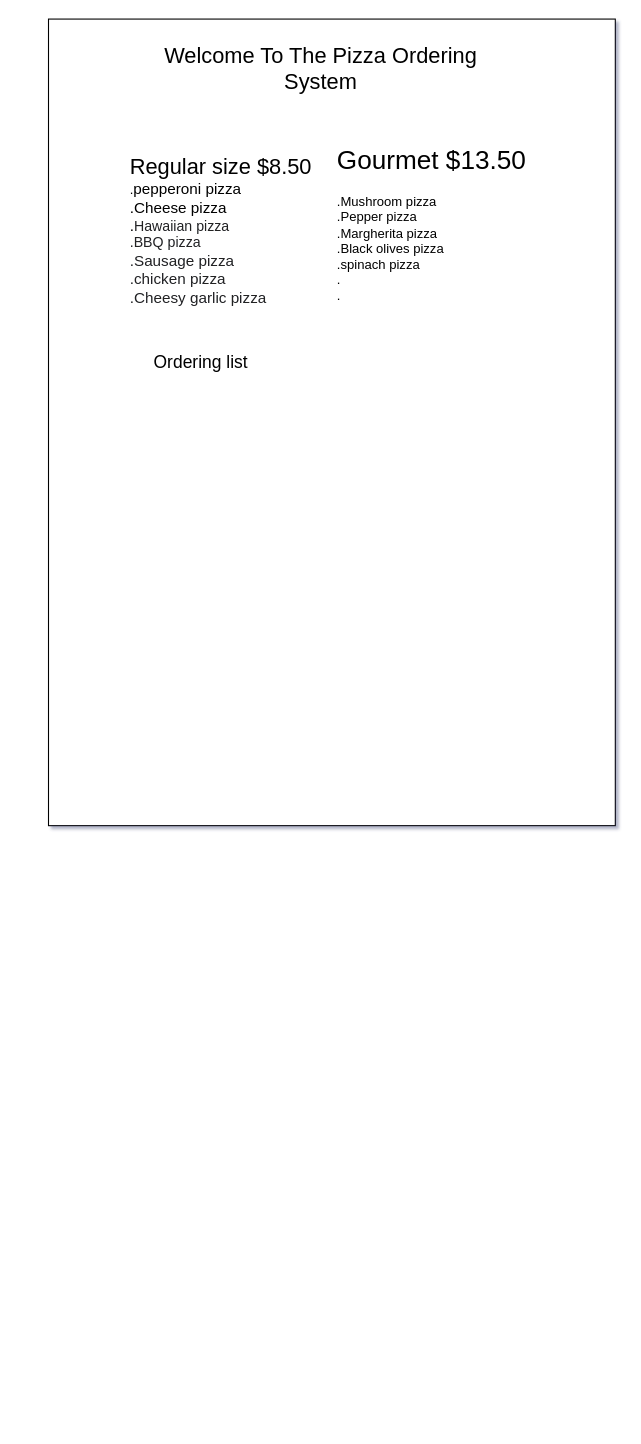
Above: Untitled Diagram.drawio in ASDAH-Digtal/pizza-program-sethmar (draw.io), before the change. Source tidied: cells renumbered, new cells numbered last; positions are measured from the earlier drawing's top-left corner, leaving out a move shared by most shapes. Both pictures are drawn from the tidied source at 109%, with x=0, y=0 at pixel (48, 19).
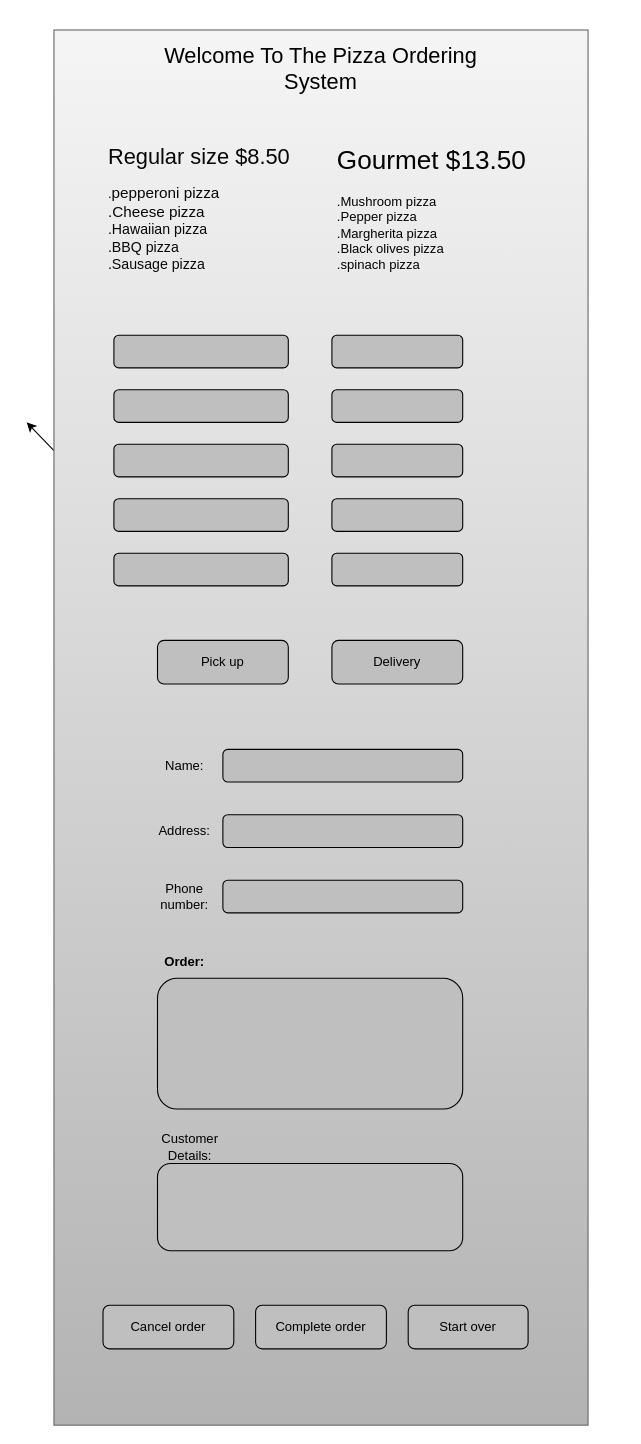
The same page after the edit.

The edit, as a diff of the source:
```diff
@@
-<mxGraphModel shadow="1">
+<mxGraphModel background="#ffffff">
@@
+    <mxCell id="8" style="edgeStyle=none;html=1;fontColor=#000000;" parent="1" edge="1" source="3">
+      <mxGeometry relative="1" as="geometry">
+        <mxPoint x="-20" y="370" as="targetPoint" />
+      </mxGeometry>
+    </mxCell>
-    <mxCell id="3" style="rounded=0;whiteSpace=wrap;html=1;" parent="1" vertex="1">
-      <mxGeometry width="520" height="740" as="geometry" />
+    <mxCell id="3" style="rounded=0;whiteSpace=wrap;html=1;fillColor=#f5f5f5;gradientColor=#b3b3b3;strokeColor=#666666;" parent="1" vertex="1">
+      <mxGeometry x="5" y="10" width="490" height="1280" as="geometry" />
     </mxCell>
-    <mxCell id="4" value="&lt;font style=&quot;font-size: 20px&quot;&gt;Welcome To The Pizza Ordering System&lt;/font&gt;" style="text;html=1;strokeColor=none;fillColor=none;align=center;verticalAlign=middle;whiteSpace=wrap;rounded=0;" parent="1" vertex="1">
+    <mxCell id="4" value="&lt;font style=&quot;font-size: 20px&quot; color=&quot;#000000&quot;&gt;Welcome To The Pizza Ordering System&lt;/font&gt;" style="text;html=1;strokeColor=none;fillColor=none;align=center;verticalAlign=middle;whiteSpace=wrap;rounded=0;" parent="1" vertex="1">
       <mxGeometry x="70" y="20" width="360" height="50" as="geometry" />
     </mxCell>
-    <mxCell id="5" value="&lt;font style=&quot;text-align: center ; font-size: 20px&quot;&gt;&lt;br&gt;Regular size $8.50&lt;/font&gt;&lt;span style=&quot;text-align: center&quot;&gt;&lt;br&gt;.&lt;/span&gt;&lt;font style=&quot;text-align: center ; font-size: 13px&quot;&gt;&lt;span style=&quot;font-size: 14px&quot;&gt;pepperoni pizza&amp;nbsp;&lt;/span&gt;&lt;br&gt;&lt;span style=&quot;font-size: 14px&quot;&gt;.Cheese pizza&lt;/span&gt;&lt;br&gt;&lt;span style=&quot;font-size: 14px&quot;&gt;.&lt;/span&gt;&lt;span style=&quot;color: rgb(32 , 33 , 36) ; font-family: &amp;#34;arial&amp;#34; , sans-serif ; text-align: left ; background-color: rgb(255 , 255 , 255)&quot;&gt;Hawaiian pizza&lt;br&gt;.&lt;/span&gt;&lt;span style=&quot;color: rgb(32 , 33 , 36) ; font-family: &amp;#34;arial&amp;#34; , sans-serif ; text-align: left ; background-color: rgb(255 , 255 , 255)&quot;&gt;BBQ pizza&lt;br&gt;&lt;/span&gt;&lt;span style=&quot;font-size: 14px ; color: rgb(32 , 33 , 36) ; font-family: &amp;#34;arial&amp;#34; , sans-serif ; text-align: left ; background-color: rgb(255 , 255 , 255)&quot;&gt;.Sausage pizza&lt;br&gt;.chicken pizza&lt;br&gt;.Cheesy garlic pizza&lt;br&gt;&lt;/span&gt;&lt;/font&gt;" style="text;html=1;strokeColor=none;fillColor=none;spacing=5;spacingTop=-20;whiteSpace=wrap;overflow=hidden;rounded=0;" parent="1" vertex="1">
-      <mxGeometry x="70" y="110" width="190" height="160" as="geometry" />
+    <mxCell id="5" value="&lt;font color=&quot;#080808&quot;&gt;&lt;font style=&quot;text-align: center ; font-size: 20px&quot;&gt;&lt;br&gt;Regular size $8.50&lt;/font&gt;&lt;span style=&quot;text-align: center&quot;&gt;&lt;br&gt;&lt;br&gt;.&lt;/span&gt;&lt;/font&gt;&lt;font style=&quot;text-align: center ; font-size: 13px&quot;&gt;&lt;font color=&quot;#080808&quot;&gt;&lt;span style=&quot;font-size: 14px&quot;&gt;pepperoni pizza&amp;nbsp;&lt;/span&gt;&lt;br&gt;&lt;span style=&quot;font-size: 14px&quot;&gt;.Cheese pizza&lt;br&gt;&lt;/span&gt;.Hawaiian pizza&lt;br&gt;.BBQ pizza&lt;br&gt;.Sausage pizza&amp;nbsp;&lt;/font&gt;&lt;span style=&quot;font-size: 14px ; color: rgb(32 , 33 , 36) ; font-family: &amp;#34;arial&amp;#34; , sans-serif ; text-align: left&quot;&gt;&lt;br&gt;&lt;/span&gt;&lt;/font&gt;" style="text;html=1;strokeColor=none;fillColor=none;spacing=5;spacingTop=-20;whiteSpace=wrap;overflow=hidden;rounded=0;" parent="1" vertex="1">
+      <mxGeometry x="50" y="100" width="190" height="150" as="geometry" />
     </mxCell>
-    <mxCell id="6" value="&lt;h1&gt;&lt;span style=&quot;font-weight: normal&quot;&gt;Gourmet $13.50&amp;nbsp;&lt;/span&gt;&lt;/h1&gt;&lt;div&gt;&lt;span style=&quot;font-weight: normal&quot;&gt;.Mushroom pizza&lt;/span&gt;&lt;/div&gt;&lt;div&gt;&lt;span style=&quot;font-weight: normal&quot;&gt;.Pepper pizza&lt;/span&gt;&lt;/div&gt;&lt;div&gt;&lt;span style=&quot;font-weight: normal&quot;&gt;.Margherita pizza&lt;/span&gt;&lt;/div&gt;&lt;div&gt;&lt;span style=&quot;font-weight: normal&quot;&gt;.Black olives pizza&lt;/span&gt;&lt;/div&gt;&lt;div&gt;&lt;span style=&quot;font-weight: normal&quot;&gt;.spinach pizza&lt;/span&gt;&lt;/div&gt;&lt;div&gt;&lt;span style=&quot;font-weight: normal&quot;&gt;.&lt;/span&gt;&lt;/div&gt;&lt;div&gt;&lt;span style=&quot;font-weight: normal&quot;&gt;.&lt;/span&gt;&lt;/div&gt;&lt;div&gt;&lt;span style=&quot;font-weight: normal&quot;&gt;&lt;br&gt;&lt;/span&gt;&lt;/div&gt;" style="text;html=1;strokeColor=none;fillColor=none;spacing=5;spacingTop=-20;whiteSpace=wrap;overflow=hidden;rounded=0;" parent="1" vertex="1">
-      <mxGeometry x="260" y="110" width="190" height="150" as="geometry" />
+    <mxCell id="6" value="&lt;h1&gt;&lt;span style=&quot;font-weight: normal&quot;&gt;&lt;font color=&quot;#030303&quot;&gt;Gourmet $13.50&amp;nbsp;&lt;/font&gt;&lt;/span&gt;&lt;/h1&gt;&lt;div&gt;&lt;span style=&quot;font-weight: normal&quot;&gt;&lt;font color=&quot;#030303&quot;&gt;.Mushroom pizza&lt;/font&gt;&lt;/span&gt;&lt;/div&gt;&lt;div&gt;&lt;span style=&quot;font-weight: normal&quot;&gt;&lt;font color=&quot;#030303&quot;&gt;.Pepper pizza&lt;/font&gt;&lt;/span&gt;&lt;/div&gt;&lt;div&gt;&lt;span style=&quot;font-weight: normal&quot;&gt;&lt;font color=&quot;#030303&quot;&gt;.Margherita pizza&lt;/font&gt;&lt;/span&gt;&lt;/div&gt;&lt;div&gt;&lt;span style=&quot;font-weight: normal&quot;&gt;&lt;font color=&quot;#030303&quot;&gt;.Black olives pizza&lt;/font&gt;&lt;/span&gt;&lt;/div&gt;&lt;div&gt;&lt;span style=&quot;font-weight: normal&quot;&gt;&lt;font color=&quot;#030303&quot;&gt;.spinach pizza&lt;/font&gt;&lt;/span&gt;&lt;/div&gt;&lt;div&gt;&lt;span style=&quot;font-weight: normal&quot;&gt;&lt;br&gt;&lt;/span&gt;&lt;/div&gt;" style="text;html=1;strokeColor=none;fillColor=none;spacing=5;spacingTop=-20;whiteSpace=wrap;overflow=hidden;rounded=0;" parent="1" vertex="1">
+      <mxGeometry x="260" y="110" width="200" height="130" as="geometry" />
     </mxCell>
-    <mxCell id="7" value="&lt;font style=&quot;font-size: 16px&quot;&gt;Ordering list&lt;/font&gt;" style="text;html=1;strokeColor=none;fillColor=none;align=center;verticalAlign=middle;whiteSpace=wrap;rounded=0;" parent="1" vertex="1">
-      <mxGeometry x="70" y="300" width="140" height="30" as="geometry" />
-    </mxCell>
+    <mxCell id="9" style="rounded=1;whiteSpace=wrap;html=1;fontColor=#000000;fillColor=#BFBFBF;" parent="1" vertex="1">
+      <mxGeometry x="60" y="290" width="160" height="30" as="geometry" />
+    </mxCell>
+    <mxCell id="10" style="rounded=1;whiteSpace=wrap;html=1;fontColor=#000000;fillColor=#BFBFBF;" parent="1" vertex="1">
+      <mxGeometry x="60" y="340" width="160" height="30" as="geometry" />
+    </mxCell>
+    <mxCell id="11" style="rounded=1;whiteSpace=wrap;html=1;fontColor=#000000;fillColor=#BFBFBF;" parent="1" vertex="1">
+      <mxGeometry x="260" y="340" width="120" height="30" as="geometry" />
+    </mxCell>
+    <mxCell id="12" style="rounded=1;whiteSpace=wrap;html=1;fontColor=#000000;fillColor=#BFBFBF;" parent="1" vertex="1">
+      <mxGeometry x="60" y="390" width="160" height="30" as="geometry" />
+    </mxCell>
+    <mxCell id="13" style="rounded=1;whiteSpace=wrap;html=1;fontColor=#000000;fillColor=#BFBFBF;" parent="1" vertex="1">
+      <mxGeometry x="260" y="390" width="120" height="30" as="geometry" />
+    </mxCell>
+    <mxCell id="14" style="rounded=1;whiteSpace=wrap;html=1;fontColor=#000000;fillColor=#BFBFBF;" parent="1" vertex="1">
+      <mxGeometry x="60" y="440" width="160" height="30" as="geometry" />
+    </mxCell>
+    <mxCell id="15" style="rounded=1;whiteSpace=wrap;html=1;fontColor=#000000;fillColor=#BFBFBF;" parent="1" vertex="1">
+      <mxGeometry x="260" y="440" width="120" height="30" as="geometry" />
+    </mxCell>
+    <mxCell id="16" style="rounded=1;whiteSpace=wrap;html=1;fontColor=#000000;fillColor=#BFBFBF;" parent="1" vertex="1">
+      <mxGeometry x="60" y="490" width="160" height="30" as="geometry" />
+    </mxCell>
+    <mxCell id="17" style="rounded=1;whiteSpace=wrap;html=1;fontColor=#000000;fillColor=#BFBFBF;" parent="1" vertex="1">
+      <mxGeometry x="260" y="490" width="120" height="30" as="geometry" />
+    </mxCell>
+    <mxCell id="18" style="rounded=1;whiteSpace=wrap;html=1;fontColor=#000000;fillColor=#BFBFBF;" parent="1" vertex="1">
+      <mxGeometry x="260" y="290" width="120" height="30" as="geometry" />
+    </mxCell>
+    <mxCell id="19" value="Pick up" style="rounded=1;whiteSpace=wrap;html=1;fontColor=#000000;fillColor=#BFBFBF;" parent="1" vertex="1">
+      <mxGeometry x="100" y="570" width="120" height="40" as="geometry" />
+    </mxCell>
+    <mxCell id="20" value="Delivery" style="rounded=1;whiteSpace=wrap;html=1;fontColor=#000000;fillColor=#BFBFBF;" parent="1" vertex="1">
+      <mxGeometry x="260" y="570" width="120" height="40" as="geometry" />
+    </mxCell>
+    <mxCell id="21" style="rounded=1;whiteSpace=wrap;html=1;fontColor=#000000;fillColor=#BFBFBF;" parent="1" vertex="1">
+      <mxGeometry x="160" y="670" width="220" height="30" as="geometry" />
+    </mxCell>
+    <mxCell id="22" value="Name:" style="text;html=1;strokeColor=none;fillColor=none;align=center;verticalAlign=middle;whiteSpace=wrap;rounded=0;fontColor=#000000;" parent="1" vertex="1">
+      <mxGeometry x="90" y="670" width="70" height="30" as="geometry" />
+    </mxCell>
+    <mxCell id="23" style="rounded=1;whiteSpace=wrap;html=1;fontColor=#000000;fillColor=#BFBFBF;" parent="1" vertex="1">
+      <mxGeometry x="160" y="730" width="220" height="30" as="geometry" />
+    </mxCell>
+    <mxCell id="24" value="Address:" style="text;html=1;strokeColor=none;fillColor=none;align=center;verticalAlign=middle;whiteSpace=wrap;rounded=0;fontColor=#000000;" parent="1" vertex="1">
+      <mxGeometry x="95" y="730" width="60" height="30" as="geometry" />
+    </mxCell>
+    <mxCell id="25" style="rounded=1;whiteSpace=wrap;html=1;fontColor=#000000;fillColor=#BFBFBF;" parent="1" vertex="1">
+      <mxGeometry x="160" y="790" width="220" height="30" as="geometry" />
+    </mxCell>
+    <mxCell id="26" value="Phone number:" style="text;html=1;strokeColor=none;fillColor=none;align=center;verticalAlign=middle;whiteSpace=wrap;rounded=0;fontColor=#000000;" parent="1" vertex="1">
+      <mxGeometry x="95" y="790" width="60" height="30" as="geometry" />
+    </mxCell>
+    <mxCell id="27" value="&lt;b&gt;Order:&lt;/b&gt;" style="text;html=1;strokeColor=none;fillColor=none;align=center;verticalAlign=middle;whiteSpace=wrap;rounded=0;fontColor=#000000;" parent="1" vertex="1">
+      <mxGeometry x="95" y="850" width="60" height="30" as="geometry" />
+    </mxCell>
+    <mxCell id="28" value="Cancel order" style="rounded=1;whiteSpace=wrap;html=1;fontColor=#000000;fillColor=#BFBFBF;" parent="1" vertex="1">
+      <mxGeometry x="50" y="1180" width="120" height="40" as="geometry" />
+    </mxCell>
+    <mxCell id="29" value="Complete order" style="rounded=1;whiteSpace=wrap;html=1;fontColor=#000000;fillColor=#BFBFBF;" parent="1" vertex="1">
+      <mxGeometry x="190" y="1180" width="120" height="40" as="geometry" />
+    </mxCell>
+    <mxCell id="30" value="Start over" style="rounded=1;whiteSpace=wrap;html=1;fontColor=#000000;fillColor=#BFBFBF;" parent="1" vertex="1">
+      <mxGeometry x="330" y="1180" width="110" height="40" as="geometry" />
+    </mxCell>
+    <mxCell id="31" style="rounded=1;whiteSpace=wrap;html=1;fontColor=#000000;fillColor=#BFBFBF;" parent="1" vertex="1">
+      <mxGeometry x="100" y="880" width="280" height="120" as="geometry" />
+    </mxCell>
+    <mxCell id="32" value="Customer Details:" style="text;html=1;strokeColor=none;fillColor=none;align=center;verticalAlign=middle;whiteSpace=wrap;rounded=0;fontColor=#000000;" parent="1" vertex="1">
+      <mxGeometry x="100" y="1020" width="60" height="30" as="geometry" />
+    </mxCell>
+    <mxCell id="33" style="rounded=1;whiteSpace=wrap;html=1;fontColor=#000000;fillColor=#BFBFBF;" parent="1" vertex="1">
+      <mxGeometry x="100" y="1050" width="280" height="80" as="geometry" />
+    </mxCell>
```
